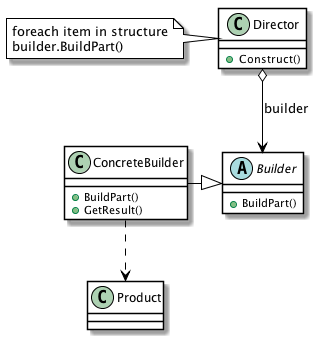
Earlier version of the PlantUML export docs/Diagrams/UML/DesignPatterns/Builder.png (wyrover/Switch). Source of this version:
```plantuml
@startuml

skinparam classBackgroundColor white
skinparam classBorderColor black
skinparam classArrowColor black
skinparam noteBackgroundColor white
skinparam noteBorderColor black

class Director {
  +Construct()
}

note left
  foreach item in structure
  builder.BuildPart()
end note

abstract Builder {
  +BuildPart()
}

class ConcreteBuilder {
  +BuildPart()
  +GetResult()
}

class Product

Director o--> Builder : builder
ConcreteBuilder -|> Builder
ConcreteBuilder ..> Product

@enduml
```
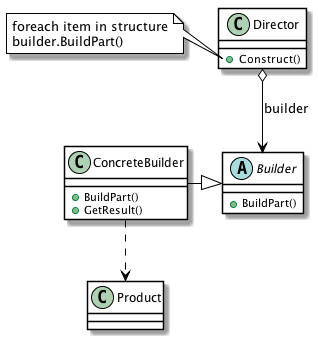
Above is the later version.

Diff of the diagram source:
```diff
@@ -10,7 +10,7 @@
   +Construct()
 }
 
-note left
+note left of Director::Construct
   foreach item in structure
   builder.BuildPart()
 end note
```
